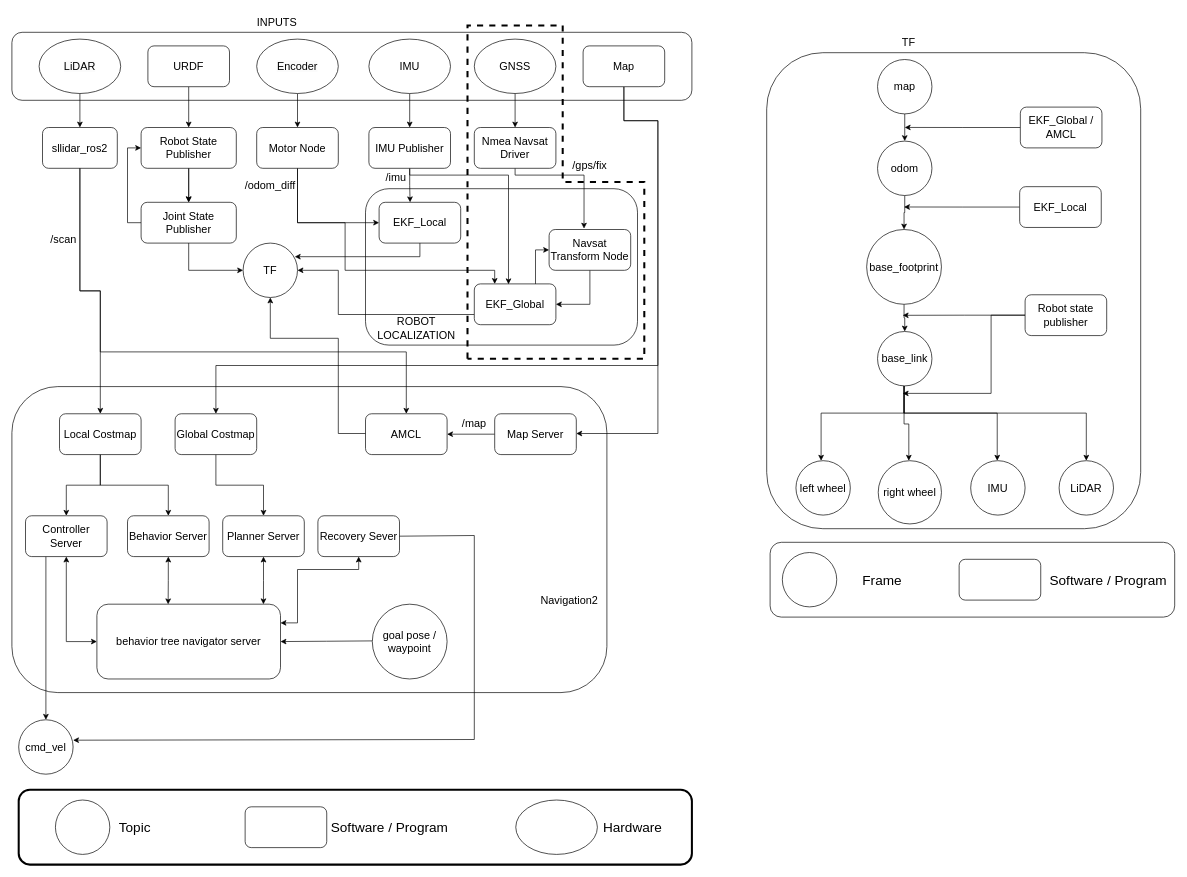
The draw.io diagram navigation.drawio in adands/eddiebot_ros2-backup, before the edit. Source tidied: cells renumbered, new cells numbered last; positions are measured from the earlier drawing's top-left corner, leaving out a move shared by most shapes. Both pictures are drawn from the tidied source at 68%, with x=0, y=0 at pixel (12, 12).
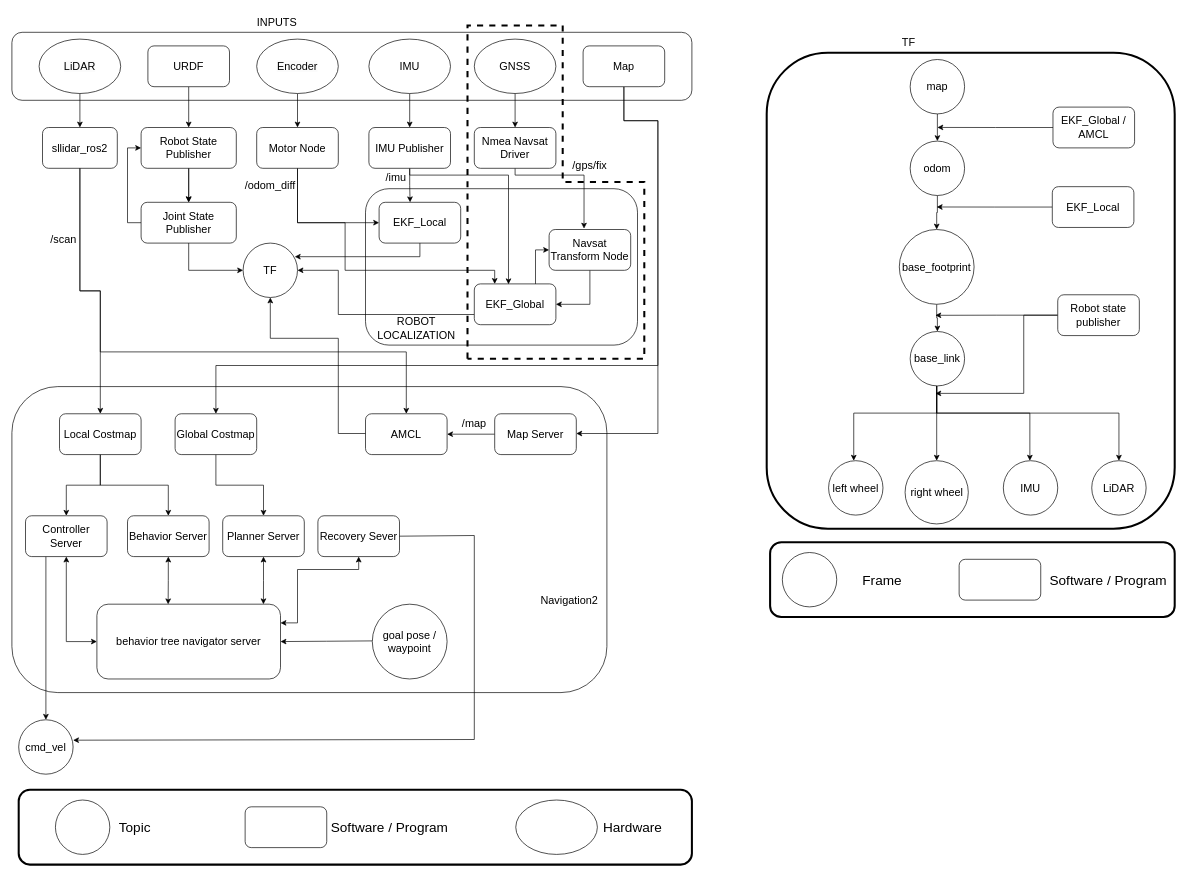
The same page after the edit.

Change to the diagram source:
```diff
@@
-    <mxCell id="36" style="rounded=1;whiteSpace=wrap;html=1;fontSize=16;" parent="1" vertex="1">
-      <mxGeometry x="1110" y="60" width="550" height="700" as="geometry" />
+    <mxCell id="36" style="rounded=1;whiteSpace=wrap;html=1;fontSize=16;strokeWidth=3;" parent="1" vertex="1">
+      <mxGeometry x="1110" y="60" width="600" height="700" as="geometry" />
     </mxCell>
@@
-    <mxCell id="41" style="edgeStyle=orthogonalEdgeStyle;rounded=0;orthogonalLoop=1;jettySize=auto;html=1;exitX=0.5;exitY=1;exitDx=0;exitDy=0;entryX=0.5;entryY=0;entryDx=0;entryDy=0;fontSize=16;" parent="1" edge="1">
+    <mxCell id="41" style="edgeStyle=orthogonalEdgeStyle;rounded=0;jettySize=auto;html=1;exitX=0.5;exitY=1;exitDx=0;exitDy=0;entryX=0.5;entryY=0;entryDx=0;entryDy=0;fontSize=16;" parent="1" edge="1" target="106">
       <mxGeometry relative="1" as="geometry">
-        <mxPoint x="1312" y="550" as="sourcePoint" />
-        <mxPoint x="1319" y="660" as="targetPoint" />
+        <mxPoint x="1360" y="550" as="sourcePoint" />
         <Array as="points">
-          <mxPoint x="1312" y="606" />
-          <mxPoint x="1319" y="606" />
+          <mxPoint x="1360" y="660" />
         </Array>
       </mxGeometry>
     </mxCell>
     <mxCell id="42" style="edgeStyle=orthogonalEdgeStyle;rounded=0;orthogonalLoop=1;jettySize=auto;html=1;exitX=0.5;exitY=1;exitDx=0;exitDy=0;entryX=0.5;entryY=0;entryDx=0;entryDy=0;fontSize=16;" parent="1" edge="1">
       <mxGeometry relative="1" as="geometry">
-        <mxPoint x="1312" y="550" as="sourcePoint" />
-        <mxPoint x="1190" y="660" as="targetPoint" />
+        <mxPoint x="1360" y="550" as="sourcePoint" />
+        <mxPoint x="1238" y="660" as="targetPoint" />
         <Array as="points">
-          <mxPoint x="1312" y="590" />
-          <mxPoint x="1190" y="590" />
+          <mxPoint x="1360" y="590" />
+          <mxPoint x="1238" y="590" />
         </Array>
       </mxGeometry>
     </mxCell>
     <mxCell id="43" style="edgeStyle=orthogonalEdgeStyle;rounded=0;orthogonalLoop=1;jettySize=auto;html=1;exitX=0.5;exitY=1;exitDx=0;exitDy=0;entryX=0.5;entryY=0;entryDx=0;entryDy=0;fontSize=16;" parent="1" edge="1">
       <mxGeometry relative="1" as="geometry">
-        <mxPoint x="1312" y="550" as="sourcePoint" />
-        <mxPoint x="1449" y="660" as="targetPoint" />
+        <mxPoint x="1360" y="550" as="sourcePoint" />
+        <mxPoint x="1497" y="660" as="targetPoint" />
         <Array as="points">
-          <mxPoint x="1312" y="590" />
-          <mxPoint x="1449" y="590" />
+          <mxPoint x="1360" y="590" />
+          <mxPoint x="1497" y="590" />
         </Array>
       </mxGeometry>
     </mxCell>
     <mxCell id="44" style="edgeStyle=orthogonalEdgeStyle;rounded=0;orthogonalLoop=1;jettySize=auto;html=1;exitX=0.5;exitY=1;exitDx=0;exitDy=0;entryX=0.5;entryY=0;entryDx=0;entryDy=0;fontSize=16;" parent="1" edge="1">
       <mxGeometry relative="1" as="geometry">
-        <mxPoint x="1312" y="550" as="sourcePoint" />
-        <mxPoint x="1580" y="660" as="targetPoint" />
+        <mxPoint x="1360" y="550" as="sourcePoint" />
+        <mxPoint x="1628" y="660" as="targetPoint" />
         <Array as="points">
-          <mxPoint x="1312" y="590" />
-          <mxPoint x="1580" y="590" />
+          <mxPoint x="1360" y="590" />
+          <mxPoint x="1628" y="590" />
         </Array>
       </mxGeometry>
     </mxCell>
@@
     <mxCell id="69" style="edgeStyle=orthogonalEdgeStyle;rounded=0;jettySize=auto;html=1;exitX=0;exitY=0.5;exitDx=0;exitDy=0;" parent="1" edge="1" source="70">
       <mxGeometry relative="1" as="geometry">
-        <mxPoint x="1313" y="169.9" as="targetPoint" />
+        <mxPoint x="1361" y="169.9" as="targetPoint" />
       </mxGeometry>
     </mxCell>
     <mxCell id="70" value="EKF_Global /&lt;div&gt;AMCL&lt;/div&gt;" style="rounded=1;whiteSpace=wrap;html=1;fontSize=16;" parent="1" vertex="1">
-      <mxGeometry x="1483" y="140" width="120" height="60" as="geometry" />
+      <mxGeometry x="1531" y="140" width="120" height="60" as="geometry" />
     </mxCell>
     <mxCell id="71" style="edgeStyle=orthogonalEdgeStyle;rounded=0;jettySize=auto;html=1;exitX=0;exitY=0.5;exitDx=0;exitDy=0;" parent="1" edge="1" source="72">
       <mxGeometry relative="1" as="geometry">
-        <mxPoint x="1312" y="286.9" as="targetPoint" />
+        <mxPoint x="1360" y="286.9" as="targetPoint" />
       </mxGeometry>
     </mxCell>
     <mxCell id="72" value="EKF_Local" style="rounded=1;whiteSpace=wrap;html=1;fontSize=16;" parent="1" vertex="1">
-      <mxGeometry x="1482" y="257" width="120" height="60" as="geometry" />
+      <mxGeometry x="1530" y="257" width="120" height="60" as="geometry" />
     </mxCell>
     <mxCell id="73" style="edgeStyle=orthogonalEdgeStyle;rounded=0;jettySize=auto;html=1;exitX=0;exitY=0.5;exitDx=0;exitDy=0;" parent="1" edge="1" source="75">
       <mxGeometry relative="1" as="geometry">
-        <mxPoint x="1310" y="446.2" as="targetPoint" />
+        <mxPoint x="1358" y="446.2" as="targetPoint" />
       </mxGeometry>
     </mxCell>
     <mxCell id="74" style="edgeStyle=orthogonalEdgeStyle;rounded=0;jettySize=auto;html=1;exitX=0;exitY=0.5;exitDx=0;exitDy=0;" parent="1" edge="1" source="75">
       <mxGeometry relative="1" as="geometry">
-        <mxPoint x="1310" y="561" as="targetPoint" />
+        <mxPoint x="1358" y="561" as="targetPoint" />
         <Array as="points">
-          <mxPoint x="1440" y="446" />
-          <mxPoint x="1440" y="561" />
+          <mxPoint x="1488" y="446" />
+          <mxPoint x="1488" y="561" />
         </Array>
       </mxGeometry>
     </mxCell>
     <mxCell id="75" value="Robot state publisher" style="rounded=1;whiteSpace=wrap;html=1;fontSize=16;" parent="1" vertex="1">
-      <mxGeometry x="1490" y="416" width="120" height="60" as="geometry" />
+      <mxGeometry x="1538" y="416" width="120" height="60" as="geometry" />
     </mxCell>
@@
-    <mxCell id="99" style="rounded=1;whiteSpace=wrap;html=1;" parent="1" vertex="1">
+    <mxCell id="99" style="rounded=1;whiteSpace=wrap;html=1;strokeWidth=3;" parent="1" vertex="1">
       <mxGeometry x="1115" y="780" width="595" height="110" as="geometry" />
     </mxCell>
@@
     <mxCell id="104" value="map" style="ellipse;whiteSpace=wrap;html=1;rounded=1;fontSize=16;" parent="1" vertex="1">
-      <mxGeometry x="1273" y="70" width="80" height="80" as="geometry" />
+      <mxGeometry x="1321" y="70" width="80" height="80" as="geometry" />
     </mxCell>
     <mxCell id="105" value="IMU" style="ellipse;whiteSpace=wrap;html=1;rounded=1;fontSize=16;" parent="1" vertex="1">
-      <mxGeometry x="1410" y="660" width="80" height="80" as="geometry" />
+      <mxGeometry x="1458" y="660" width="80" height="80" as="geometry" />
     </mxCell>
     <mxCell id="106" value="right wheel" style="ellipse;whiteSpace=wrap;html=1;rounded=1;fontSize=16;" parent="1" vertex="1">
-      <mxGeometry x="1274" y="660" width="93" height="93" as="geometry" />
+      <mxGeometry x="1313.5" y="660" width="93" height="93" as="geometry" />
     </mxCell>
     <mxCell id="107" value="left wheel" style="ellipse;whiteSpace=wrap;html=1;rounded=1;fontSize=16;" parent="1" vertex="1">
-      <mxGeometry x="1153" y="660" width="80" height="80" as="geometry" />
+      <mxGeometry x="1201" y="660" width="80" height="80" as="geometry" />
     </mxCell>
     <mxCell id="108" value="base_link" style="ellipse;whiteSpace=wrap;html=1;rounded=1;fontSize=16;" parent="1" vertex="1">
-      <mxGeometry x="1273" y="470" width="80" height="80" as="geometry" />
+      <mxGeometry x="1321" y="470" width="80" height="80" as="geometry" />
     </mxCell>
     <mxCell id="109" value="base_footprint" style="ellipse;whiteSpace=wrap;html=1;rounded=1;fontSize=16;" parent="1" vertex="1">
-      <mxGeometry x="1257" y="320" width="110" height="110" as="geometry" />
+      <mxGeometry x="1305" y="320" width="110" height="110" as="geometry" />
     </mxCell>
     <mxCell id="110" value="odom" style="ellipse;whiteSpace=wrap;html=1;rounded=1;fontSize=16;" parent="1" vertex="1">
-      <mxGeometry x="1273" y="190" width="80" height="80" as="geometry" />
+      <mxGeometry x="1321" y="190" width="80" height="80" as="geometry" />
     </mxCell>
     <mxCell id="111" value="LiDAR" style="ellipse;whiteSpace=wrap;html=1;rounded=1;fontSize=16;" parent="1" vertex="1">
-      <mxGeometry x="1540" y="660" width="80" height="80" as="geometry" />
+      <mxGeometry x="1588" y="660" width="80" height="80" as="geometry" />
     </mxCell>
```
